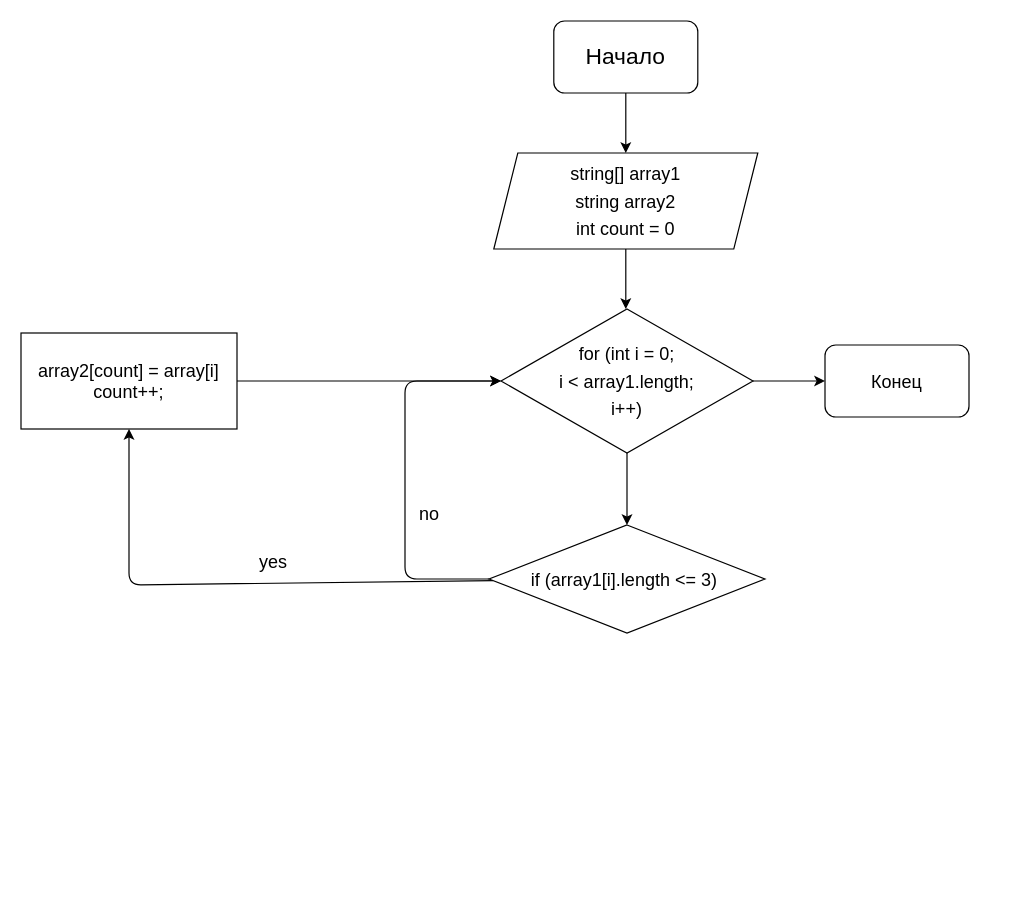
Earlier version of the draw.io diagram MainMetod.drawio (Vildan3/GitIT). Source tidied: cells renumbered, new cells numbered last; positions are measured from the earlier drawing's top-left corner, leaving out a move shared by most shapes. Both pictures are drawn from the tidied source at 120%, with x=0, y=0 at pixel (20, 20).
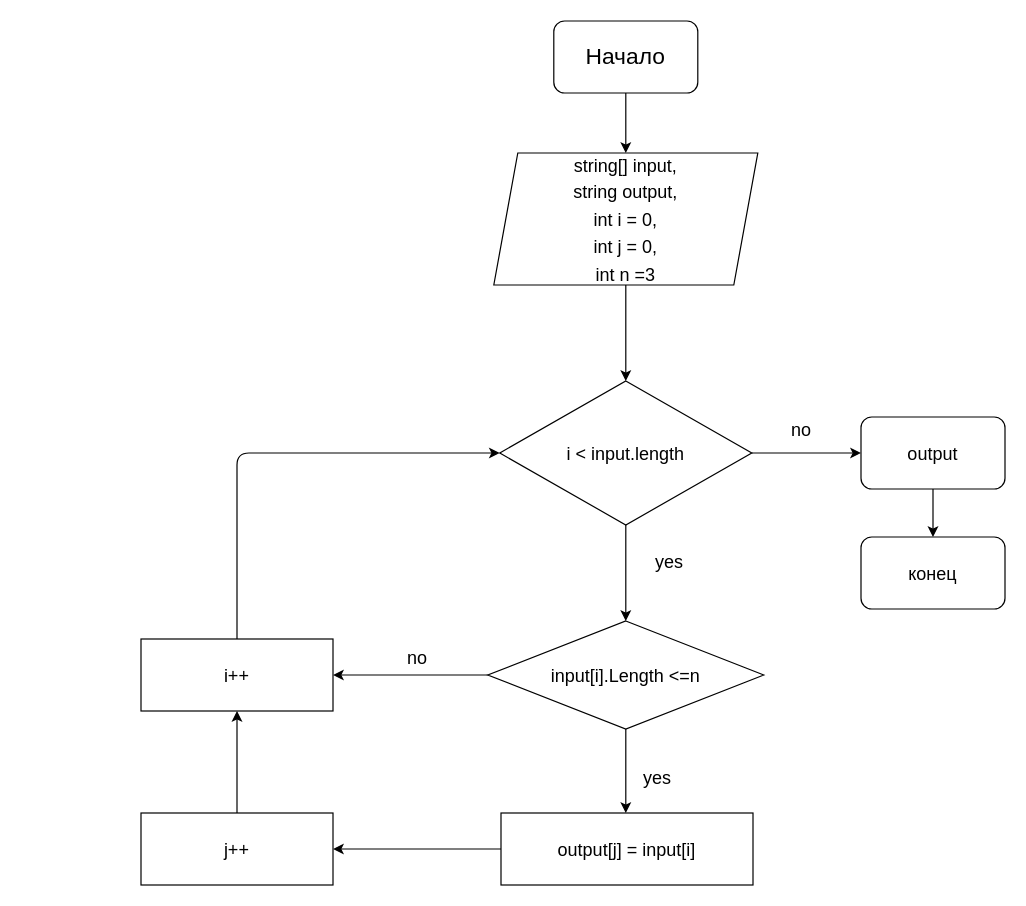
Above is the later version.

Commit message:
изменина диограмма

Change to the diagram source:
```diff
@@
-    <mxCell id="4" style="edgeStyle=none;html=1;fontSize=19;" parent="1" edge="1" source="5">
-      <mxGeometry relative="1" as="geometry">
-        <mxPoint x="504" y="240" as="targetPoint" />
-      </mxGeometry>
-    </mxCell>
+    <mxCell id="17" style="edgeStyle=none;html=1;entryX=0.5;entryY=0;entryDx=0;entryDy=0;fontSize=15;" parent="1" edge="1" source="5" target="8">
+      <mxGeometry relative="1" as="geometry" />
+    </mxCell>
-    <mxCell id="5" value="&lt;font style=&quot;font-size: 15px&quot;&gt;string[] array1&lt;br&gt;string array2&lt;br&gt;int count = 0&lt;/font&gt;" style="shape=parallelogram;perimeter=parallelogramPerimeter;whiteSpace=wrap;html=1;fixedSize=1;fontSize=19;" parent="1" vertex="1">
-      <mxGeometry x="394" y="110" width="220" height="80" as="geometry" />
+    <mxCell id="5" value="&lt;font style=&quot;font-size: 15px&quot;&gt;string[] input,&lt;br&gt;string output,&lt;br&gt;int i = 0,&lt;br&gt;int j = 0,&lt;br&gt;int n =3&lt;br&gt;&lt;/font&gt;" style="shape=parallelogram;perimeter=parallelogramPerimeter;whiteSpace=wrap;html=1;fixedSize=1;fontSize=19;" parent="1" vertex="1">
+      <mxGeometry x="394" y="110" width="220" height="110" as="geometry" />
     </mxCell>
-    <mxCell id="6" style="edgeStyle=none;html=1;fontSize=15;" parent="1" edge="1" source="8">
-      <mxGeometry relative="1" as="geometry">
-        <mxPoint x="505" y="420" as="targetPoint" />
-      </mxGeometry>
-    </mxCell>
-    <mxCell id="7" style="edgeStyle=none;html=1;fontSize=15;" parent="1" edge="1" source="8" target="16">
+    <mxCell id="7" style="edgeStyle=none;html=1;entryX=0;entryY=0.5;entryDx=0;entryDy=0;fontSize=15;" parent="1" edge="1" source="8" target="16">
       <mxGeometry relative="1" as="geometry" />
     </mxCell>
+    <mxCell id="18" style="edgeStyle=none;html=1;entryX=0.5;entryY=0;entryDx=0;entryDy=0;fontSize=15;" parent="1" edge="1" source="8" target="11">
+      <mxGeometry relative="1" as="geometry" />
+    </mxCell>
-    <mxCell id="8" value="&lt;font style=&quot;font-size: 15px&quot;&gt;for (int i = 0;&lt;br&gt;i &amp;lt; array1.length;&lt;br&gt;i++)&lt;br&gt;&lt;/font&gt;" style="rhombus;whiteSpace=wrap;html=1;fontSize=19;" parent="1" vertex="1">
-      <mxGeometry x="400" y="240" width="210" height="120" as="geometry" />
+    <mxCell id="8" value="&lt;font style=&quot;font-size: 15px&quot;&gt;i &amp;lt; input.length&lt;br&gt;&lt;/font&gt;" style="rhombus;whiteSpace=wrap;html=1;fontSize=19;" parent="1" vertex="1">
+      <mxGeometry x="399" y="300" width="210" height="120" as="geometry" />
     </mxCell>
-    <mxCell id="9" style="edgeStyle=none;html=1;entryX=0;entryY=0.5;entryDx=0;entryDy=0;fontSize=15;" parent="1" edge="1" source="11" target="8">
-      <mxGeometry relative="1" as="geometry">
-        <Array as="points">
-          <mxPoint x="320" y="465" />
-          <mxPoint x="320" y="300" />
-        </Array>
-      </mxGeometry>
-    </mxCell>
-    <mxCell id="10" style="edgeStyle=none;html=1;entryX=0.5;entryY=1;entryDx=0;entryDy=0;fontSize=15;" parent="1" edge="1" source="11" target="14">
-      <mxGeometry relative="1" as="geometry">
-        <Array as="points">
-          <mxPoint x="90" y="470" />
-        </Array>
-      </mxGeometry>
-    </mxCell>
+    <mxCell id="19" style="edgeStyle=none;html=1;fontSize=15;" parent="1" edge="1" source="11">
+      <mxGeometry relative="1" as="geometry">
+        <mxPoint x="504" y="660" as="targetPoint" />
+      </mxGeometry>
+    </mxCell>
+    <mxCell id="20" style="edgeStyle=none;html=1;entryX=1;entryY=0.5;entryDx=0;entryDy=0;fontSize=15;" parent="1" edge="1" source="11" target="31">
+      <mxGeometry relative="1" as="geometry" />
+    </mxCell>
-    <mxCell id="11" value="if (array1[i].length &amp;lt;= 3)&amp;nbsp;" style="rhombus;whiteSpace=wrap;html=1;fontSize=15;" parent="1" vertex="1">
-      <mxGeometry x="390" y="420" width="230" height="90" as="geometry" />
+    <mxCell id="11" value="input[i].Length &amp;lt;=n" style="rhombus;whiteSpace=wrap;html=1;fontSize=15;" parent="1" vertex="1">
+      <mxGeometry x="389" y="500" width="230" height="90" as="geometry" />
     </mxCell>
-    <mxCell id="12" value="no" style="text;html=1;align=center;verticalAlign=middle;strokeColor=none;fillColor=none;fontSize=15;" parent="1" vertex="1">
-      <mxGeometry x="325" y="400" width="30" height="20" as="geometry" />
-    </mxCell>
-    <mxCell id="13" style="edgeStyle=none;html=1;fontSize=15;" parent="1" edge="1" source="14">
-      <mxGeometry relative="1" as="geometry">
-        <mxPoint x="400" y="300" as="targetPoint" />
-      </mxGeometry>
-    </mxCell>
-    <mxCell id="14" value="array2[count] = array[i]&lt;br&gt;count++;" style="rounded=0;whiteSpace=wrap;html=1;fontSize=15;" parent="1" vertex="1">
-      <mxGeometry y="260" width="180" height="80" as="geometry" />
-    </mxCell>
-    <mxCell id="15" value="yes" style="text;html=1;align=center;verticalAlign=middle;strokeColor=none;fillColor=none;fontSize=15;" parent="1" vertex="1">
-      <mxGeometry x="190" y="440" width="40" height="20" as="geometry" />
-    </mxCell>
+    <mxCell id="21" style="edgeStyle=none;html=1;fontSize=15;" parent="1" edge="1" source="16" target="23">
+      <mxGeometry relative="1" as="geometry" />
+    </mxCell>
-    <mxCell id="16" value="Конец" style="rounded=1;whiteSpace=wrap;html=1;fontSize=15;" parent="1" vertex="1">
-      <mxGeometry x="670" y="270" width="120" height="60" as="geometry" />
+    <mxCell id="16" value="output" style="rounded=1;whiteSpace=wrap;html=1;fontSize=15;" parent="1" vertex="1">
+      <mxGeometry x="700" y="330" width="120" height="60" as="geometry" />
     </mxCell>
+    <mxCell id="22" value="no" style="text;html=1;align=center;verticalAlign=middle;strokeColor=none;fillColor=none;fontSize=15;" parent="1" vertex="1">
+      <mxGeometry x="635" y="330" width="30" height="20" as="geometry" />
+    </mxCell>
+    <mxCell id="23" value="конец" style="rounded=1;whiteSpace=wrap;html=1;fontSize=15;" parent="1" vertex="1">
+      <mxGeometry x="700" y="430" width="120" height="60" as="geometry" />
+    </mxCell>
+    <mxCell id="24" value="yes" style="text;html=1;align=center;verticalAlign=middle;strokeColor=none;fillColor=none;fontSize=15;" parent="1" vertex="1">
+      <mxGeometry x="520" y="440" width="40" height="20" as="geometry" />
+    </mxCell>
+    <mxCell id="25" value="yes" style="text;html=1;align=center;verticalAlign=middle;strokeColor=none;fillColor=none;fontSize=15;" parent="1" vertex="1">
+      <mxGeometry x="510" y="620" width="40" height="20" as="geometry" />
+    </mxCell>
+    <mxCell id="26" style="edgeStyle=none;html=1;fontSize=15;" parent="1" edge="1" source="27">
+      <mxGeometry relative="1" as="geometry">
+        <mxPoint x="260" y="690" as="targetPoint" />
+      </mxGeometry>
+    </mxCell>
+    <mxCell id="27" value="output[j] = input[i]" style="rounded=0;whiteSpace=wrap;html=1;fontSize=15;" parent="1" vertex="1">
+      <mxGeometry x="400" y="660" width="210" height="60" as="geometry" />
+    </mxCell>
+    <mxCell id="28" style="edgeStyle=none;html=1;fontSize=15;" parent="1" edge="1" source="29" target="31">
+      <mxGeometry relative="1" as="geometry" />
+    </mxCell>
+    <mxCell id="29" value="j++" style="rounded=0;whiteSpace=wrap;html=1;fontSize=15;" parent="1" vertex="1">
+      <mxGeometry x="100" y="660" width="160" height="60" as="geometry" />
+    </mxCell>
+    <mxCell id="30" style="edgeStyle=none;html=1;entryX=0;entryY=0.5;entryDx=0;entryDy=0;fontSize=15;" parent="1" edge="1" source="31" target="8">
+      <mxGeometry relative="1" as="geometry">
+        <Array as="points">
+          <mxPoint x="180" y="360" />
+        </Array>
+      </mxGeometry>
+    </mxCell>
+    <mxCell id="31" value="i++" style="rounded=0;whiteSpace=wrap;html=1;fontSize=15;" parent="1" vertex="1">
+      <mxGeometry x="100" y="515" width="160" height="60" as="geometry" />
+    </mxCell>
+    <mxCell id="32" value="no" style="text;html=1;align=center;verticalAlign=middle;strokeColor=none;fillColor=none;fontSize=15;" parent="1" vertex="1">
+      <mxGeometry x="315" y="520" width="30" height="20" as="geometry" />
+    </mxCell>
```
